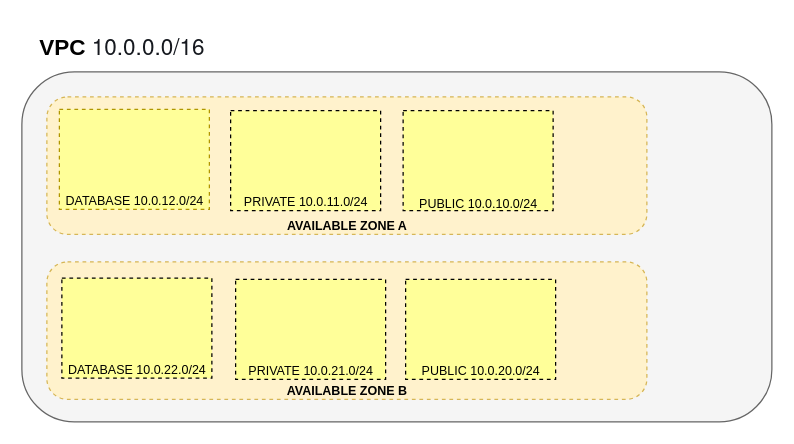
Above: VPC.drawio in VAbramDevOps/Diagrams-AWS (draw.io), before the change. Source tidied: cells renumbered, new cells numbered last; positions are measured from the earlier drawing's top-left corner, leaving out a move shared by most shapes. Both pictures are drawn from the tidied source at 125%, with x=0, y=0 at pixel (21, 21). Pictures stored in the file or linked from it are replaced by grey dashed boxes.
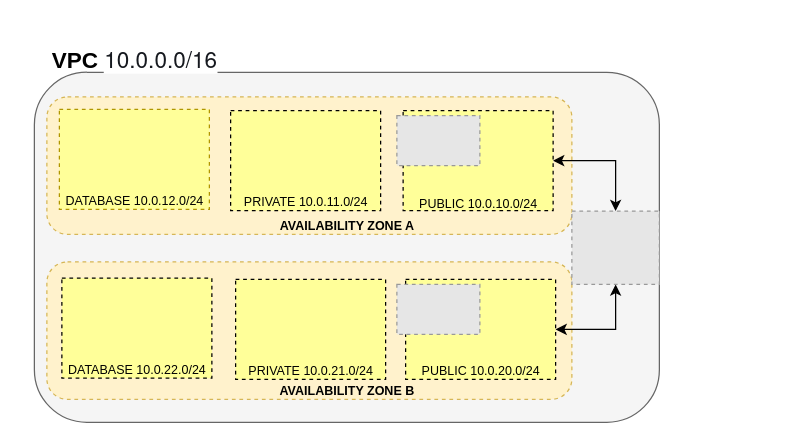
Above is the later version.

The change refers to these unchanged cells:
```xml
<mxCell id="10" style="rounded=0;whiteSpace=wrap;html=1;dashed=1;fontSize=10;fillColor=#FFFF99;" parent="1" vertex="1">
  <mxGeometry x="305" y="71" width="120" height="80" as="geometry" />
</mxCell>
<mxCell id="13" style="rounded=0;whiteSpace=wrap;html=1;dashed=1;fontSize=10;fillColor=#FFFF99;" parent="1" vertex="1">
  <mxGeometry x="307" y="206" width="120" height="80" as="geometry" />
</mxCell>
```

The edit, as a diff of the source:
```diff
@@
     <mxCell id="2" style="rounded=1;whiteSpace=wrap;html=1;fillColor=#f5f5f5;strokeColor=#666666;fontColor=#333333;" parent="1" vertex="1">
-      <mxGeometry y="40" width="600" height="280" as="geometry" />
+      <mxGeometry x="10" y="40.3" width="500" height="280" as="geometry" />
     </mxCell>
     <mxCell id="3" value="&lt;font style=&quot;font-size: 18px;&quot;&gt;&lt;font style=&quot;font-size: 18px;&quot;&gt;&lt;b&gt;VPC&amp;nbsp;&lt;/b&gt;&lt;/font&gt;&lt;span style=&quot;color: rgb(22, 25, 31); font-family: &amp;quot;Amazon Ember&amp;quot;, &amp;quot;Helvetica Neue&amp;quot;, Roboto, Arial, sans-serif; text-align: start; background-color: rgb(255, 255, 255);&quot;&gt;10.0.0.0/16&lt;/span&gt;&lt;/font&gt;" style="text;html=1;align=center;verticalAlign=middle;strokeColor=none;fillColor=none;" parent="1" vertex="1">
-      <mxGeometry width="160" height="40" as="geometry" />
+      <mxGeometry x="10" y="10" width="160" height="40" as="geometry" />
     </mxCell>
     <mxCell id="4" style="rounded=1;whiteSpace=wrap;html=1;dashed=1;fontSize=18;fillColor=#fff2cc;strokeColor=#d6b656;" parent="1" vertex="1">
-      <mxGeometry x="20" y="60" width="480" height="110" as="geometry" />
+      <mxGeometry x="20" y="60" width="420" height="110" as="geometry" />
     </mxCell>
     <mxCell id="5" style="rounded=1;whiteSpace=wrap;html=1;dashed=1;fontSize=18;fillColor=#fff2cc;strokeColor=#d6b656;" parent="1" vertex="1">
-      <mxGeometry x="20" y="192" width="480" height="110" as="geometry" />
+      <mxGeometry x="20" y="192" width="420" height="110" as="geometry" />
     </mxCell>
-    <mxCell id="6" value="&lt;b&gt;AVAILABLE ZONE A&lt;/b&gt;" style="text;html=1;align=center;verticalAlign=middle;strokeColor=none;fillColor=none;fontSize=10;" parent="1" vertex="1">
-      <mxGeometry x="200" y="148" width="120" height="30" as="geometry" />
+    <mxCell id="6" value="&lt;b&gt;AVAILABILITY ZONE A&lt;/b&gt;" style="text;html=1;align=center;verticalAlign=middle;strokeColor=none;fillColor=none;fontSize=10;" parent="1" vertex="1">
+      <mxGeometry x="195" y="148" width="130" height="30" as="geometry" />
     </mxCell>
-    <mxCell id="7" value="&lt;b&gt;AVAILABLE ZONE B&lt;/b&gt;" style="text;html=1;align=center;verticalAlign=middle;strokeColor=none;fillColor=none;fontSize=10;" parent="1" vertex="1">
-      <mxGeometry x="200" y="280" width="120" height="30" as="geometry" />
+    <mxCell id="7" value="&lt;b&gt;AVAILABILITY ZONE B&lt;/b&gt;" style="text;html=1;align=center;verticalAlign=middle;strokeColor=none;fillColor=none;fontSize=10;" parent="1" vertex="1">
+      <mxGeometry x="195" y="280" width="130" height="30" as="geometry" />
     </mxCell>
@@
+    <mxCell id="20" style="fillColor=#E6E6E6;strokeColor=#999999;dashed=1;verticalLabelPosition=bottom;verticalAlign=top;fontSize=10;" parent="1" vertex="1">
+      <mxGeometry x="300" y="75" width="66.4" height="40" as="geometry" />
+    </mxCell>
+    <mxCell id="21" style="fillColor=#E6E6E6;strokeColor=#999999;dashed=1;verticalLabelPosition=bottom;verticalAlign=top;fontSize=10;" parent="1" vertex="1">
+      <mxGeometry x="300" y="210" width="66.4" height="40" as="geometry" />
+    </mxCell>
+    <mxCell id="22" style="edgeStyle=orthogonalEdgeStyle;rounded=0;jettySize=auto;html=1;exitX=0.5;exitY=0;exitDx=0;exitDy=0;entryX=1;entryY=0.5;entryDx=0;entryDy=0;fontSize=10;startArrow=classic;startFill=1;" parent="1" edge="1" source="24" target="10">
+      <mxGeometry relative="1" as="geometry" />
+    </mxCell>
+    <mxCell id="23" style="edgeStyle=elbowEdgeStyle;rounded=0;jettySize=auto;html=1;exitX=0.5;exitY=1;exitDx=0;exitDy=0;fontSize=10;startArrow=classic;startFill=1;" parent="1" edge="1" source="24" target="13">
+      <mxGeometry relative="1" as="geometry">
+        <Array as="points">
+          <mxPoint x="475" y="246" />
+        </Array>
+      </mxGeometry>
+    </mxCell>
+    <mxCell id="24" style="fillColor=#E6E6E6;strokeColor=#999999;dashed=1;verticalLabelPosition=bottom;verticalAlign=top;" parent="1" vertex="1">
+      <mxGeometry x="440" y="151.4" width="70" height="58.6" as="geometry" />
+    </mxCell>
```
